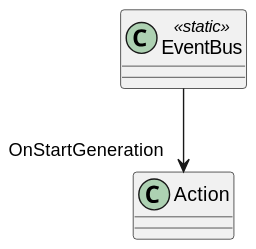
Before: UML/Service/EventBus.svg, a diagram exported from PlantUML (mysteryfungus/DungeonGeneratorUnity). The source it was exported from:
```plantuml
@startuml
class EventBus <<static>> {
}
EventBus --> "OnStartGeneration" Action
@enduml
```
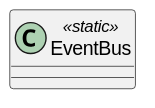
The same file after the commit.

Change to the diagram source:
```diff
@@ -1,5 +1,4 @@
 @startuml
 class EventBus <<static>> {
 }
-EventBus --> "OnStartGeneration" Action
 @enduml
```
